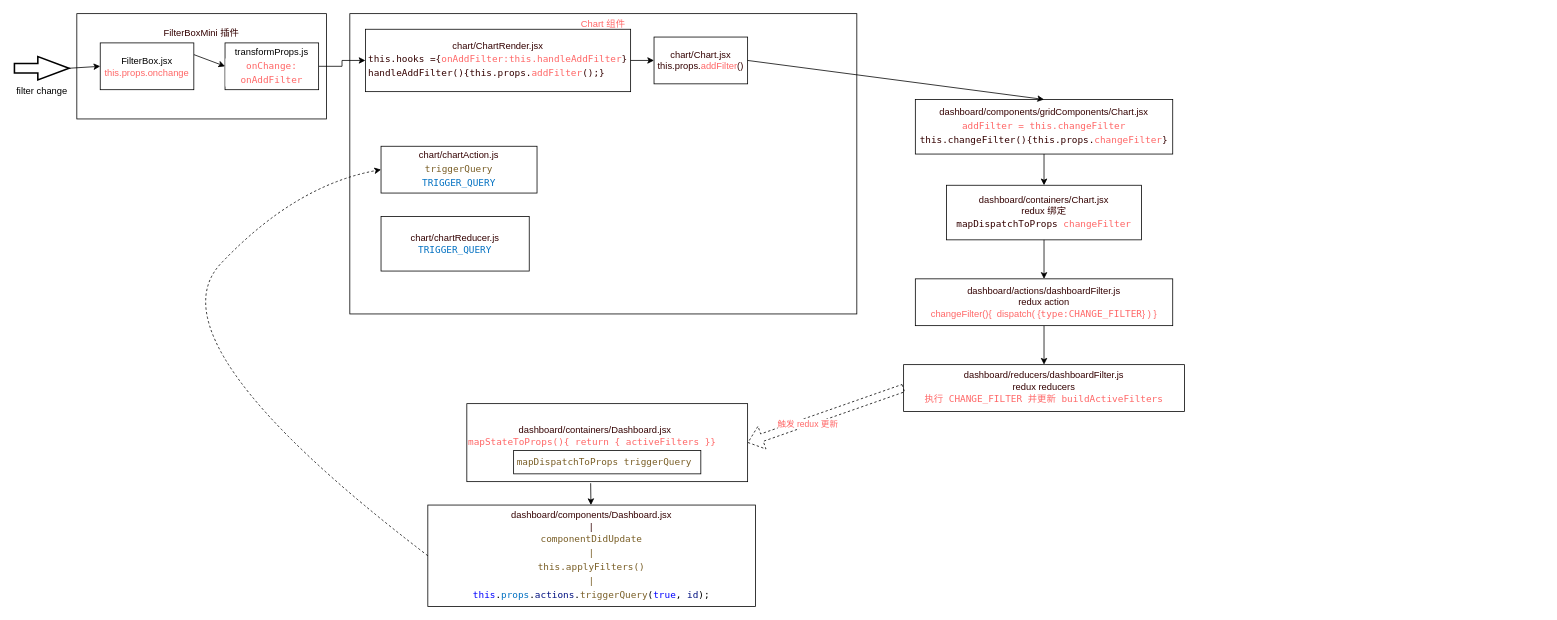
Before: Untitled Diagram.drawio in wbbhacker/drawFile, a draw.io diagram. Source tidied: cells renumbered, new cells numbered last; positions are measured from the earlier drawing's top-left corner, leaving out a move shared by most shapes. Both pictures are drawn from the tidied source at 78%, with x=0, y=0 at pixel (14, 13).
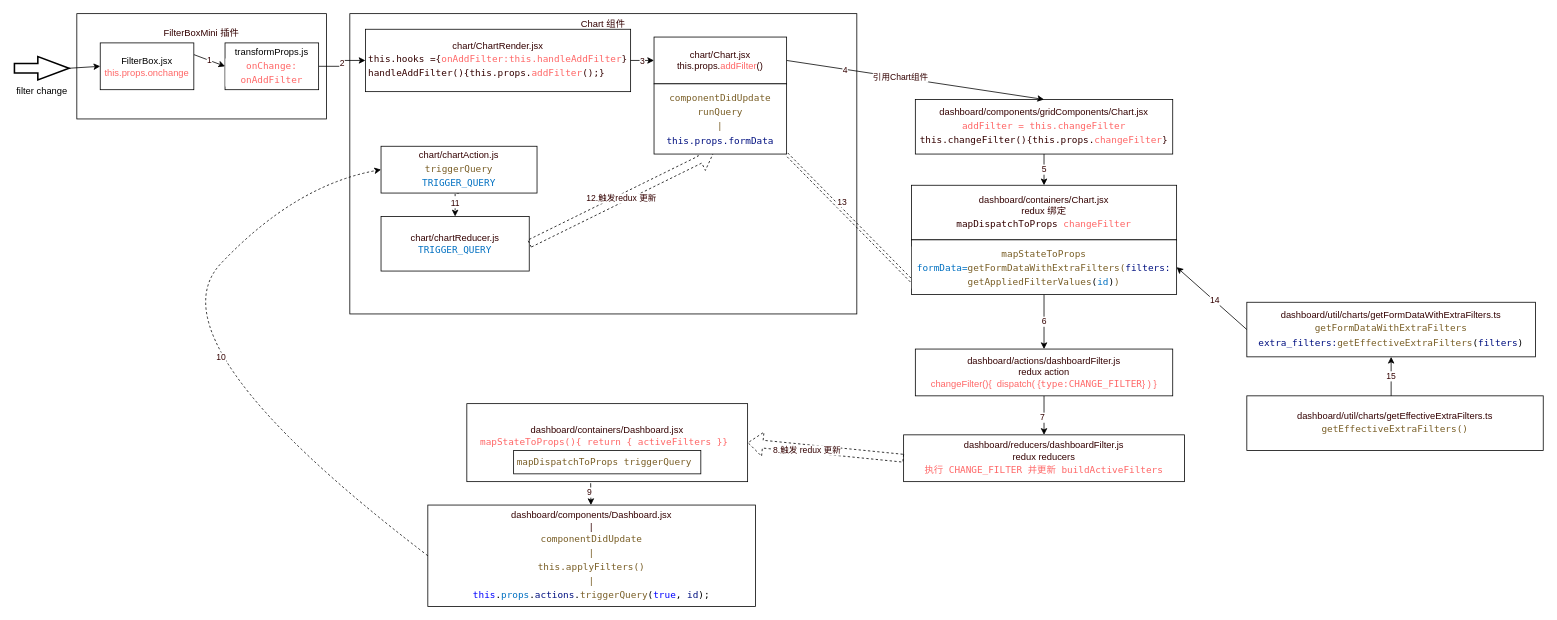
The same diagram, later.

Unchanged cells that the change refers to:
```xml
<mxCell id="7" value="&lt;font color=&quot;#330000&quot;&gt;chart/ChartRender.jsx&lt;/font&gt;&lt;br&gt;&lt;div style=&quot;background-color: rgb(255 , 255 , 255) ; font-family: &amp;#34;menlo&amp;#34; , &amp;#34;monaco&amp;#34; , &amp;#34;courier new&amp;#34; , monospace ; line-height: 18px&quot;&gt;&lt;div style=&quot;text-align: left&quot;&gt;&lt;font color=&quot;#330000&quot;&gt;this.hooks ={&lt;/font&gt;&lt;span style=&quot;text-align: center&quot;&gt;onAddFilter&lt;/span&gt;&lt;span style=&quot;text-align: center&quot;&gt;:&lt;/span&gt;&lt;span style=&quot;text-align: center&quot;&gt;this&lt;/span&gt;&lt;span style=&quot;text-align: center&quot;&gt;.&lt;/span&gt;&lt;span style=&quot;text-align: center&quot;&gt;handleAddFilter&lt;font color=&quot;#330000&quot;&gt;}&lt;/font&gt;&lt;/span&gt;&lt;/div&gt;&lt;div style=&quot;text-align: left&quot;&gt;&lt;div style=&quot;font-family: &amp;#34;menlo&amp;#34; , &amp;#34;monaco&amp;#34; , &amp;#34;courier new&amp;#34; , monospace ; line-height: 18px&quot;&gt;&lt;font color=&quot;#330000&quot;&gt;handleAddFilter(){this.props.&lt;/font&gt;addFilter&lt;font color=&quot;#330000&quot;&gt;();}&lt;/font&gt;&lt;/div&gt;&lt;/div&gt;&lt;/div&gt;" style="rounded=0;whiteSpace=wrap;html=1;fontColor=#FF6666;" parent="1" vertex="1">
  <mxGeometry x="450" y="20" width="340" height="80" as="geometry" />
</mxCell>
<mxCell id="9" style="endArrow=classic;html=1;rounded=0;fontColor=#330000;entryX=0;entryY=0.5;entryDx=0;entryDy=0;exitX=1;exitY=0.5;exitDx=0;exitDy=0;" parent="1" edge="1" source="7" target="8">
  <mxGeometry relative="1" as="geometry" />
</mxCell>
<mxCell id="10" value="dashboard/components/gridComponents/Chart.jsx&lt;br&gt;&lt;div style=&quot;background-color: rgb(255 , 255 , 255) ; font-family: &amp;#34;menlo&amp;#34; , &amp;#34;monaco&amp;#34; , &amp;#34;courier new&amp;#34; , monospace ; line-height: 18px&quot;&gt;&lt;font color=&quot;#ff6666&quot;&gt; addFilter =&amp;nbsp;this.changeFilter&lt;/font&gt;&lt;/div&gt;&lt;div style=&quot;background-color: rgb(255 , 255 , 255) ; font-family: &amp;#34;menlo&amp;#34; , &amp;#34;monaco&amp;#34; , &amp;#34;courier new&amp;#34; , monospace ; line-height: 18px&quot;&gt;this.changeFilter(){this.props.&lt;font color=&quot;#ff6666&quot;&gt;changeFilter&lt;/font&gt;}&lt;/div&gt;" style="rounded=0;whiteSpace=wrap;html=1;fontColor=#330000;align=center;" parent="1" vertex="1">
  <mxGeometry x="1155" y="110" width="330" height="70" as="geometry" />
</mxCell>
<mxCell id="11" style="endArrow=classic;html=1;rounded=0;fontColor=#330000;exitX=1;exitY=0.5;exitDx=0;exitDy=0;entryX=0.5;entryY=0;entryDx=0;entryDy=0;" parent="1" edge="1" source="8" target="10">
  <mxGeometry relative="1" as="geometry" />
</mxCell>
<mxCell id="14" style="edgeStyle=orthogonalEdgeStyle;rounded=0;jettySize=auto;html=1;exitX=0.5;exitY=1;exitDx=0;exitDy=0;fontColor=#FF6666;" parent="1" edge="1" source="15" target="17">
  <mxGeometry relative="1" as="geometry" />
</mxCell>
<mxCell id="20" value="transformProps.js&lt;br&gt;&lt;div style=&quot;background-color: rgb(255 , 255 , 255) ; font-family: &amp;#34;menlo&amp;#34; , &amp;#34;monaco&amp;#34; , &amp;#34;courier new&amp;#34; , monospace ; line-height: 18px&quot;&gt;&lt;font color=&quot;#ff6666&quot;&gt;onChange: onAddFilter&lt;/font&gt;&lt;/div&gt;" style="rounded=0;whiteSpace=wrap;html=1;" parent="1" vertex="1">
  <mxGeometry x="270" y="37.5" width="120" height="60" as="geometry" />
</mxCell>
<mxCell id="21" style="shape=flexArrow;endArrow=classic;html=1;rounded=0;fontColor=#FF6666;exitX=0;exitY=0.5;exitDx=0;exitDy=0;entryX=1;entryY=0.5;entryDx=0;entryDy=0;dashed=1;" parent="1" edge="1" source="17" target="26">
  <mxGeometry relative="1" as="geometry" />
</mxCell>
<mxCell id="24" style="endArrow=classic;html=1;rounded=0;fontColor=#330000;exitX=0.441;exitY=1.02;exitDx=0;exitDy=0;exitPerimeter=0;" parent="1" edge="1" source="26" target="23">
  <mxGeometry relative="1" as="geometry" />
</mxCell>
<mxCell id="25" style="group;" parent="1" vertex="1">
  <mxGeometry x="580" y="500" width="360" height="100" as="geometry" />
</mxCell>
<mxCell id="28" value="chart/chartAction.js&lt;br&gt;&lt;div style=&quot;color: rgb(0 , 0 , 0) ; background-color: rgb(255 , 255 , 255) ; font-family: &amp;#34;menlo&amp;#34; , &amp;#34;monaco&amp;#34; , &amp;#34;courier new&amp;#34; , monospace ; line-height: 18px&quot;&gt;&lt;span style=&quot;color: #795e26&quot;&gt;triggerQuery&lt;/span&gt;&lt;/div&gt;&lt;div style=&quot;color: rgb(0 , 0 , 0) ; background-color: rgb(255 , 255 , 255) ; font-family: &amp;#34;menlo&amp;#34; , &amp;#34;monaco&amp;#34; , &amp;#34;courier new&amp;#34; , monospace ; line-height: 18px&quot;&gt;&lt;div style=&quot;font-family: &amp;#34;menlo&amp;#34; , &amp;#34;monaco&amp;#34; , &amp;#34;courier new&amp;#34; , monospace ; line-height: 18px&quot;&gt;&lt;span style=&quot;color: #0070c1&quot;&gt;TRIGGER_QUERY&lt;/span&gt;&lt;/div&gt;&lt;/div&gt;" style="rounded=0;whiteSpace=wrap;html=1;fontColor=#330000;" parent="1" vertex="1">
  <mxGeometry x="470" y="170" width="200" height="60" as="geometry" />
</mxCell>
<mxCell id="29" value="chart/chartReducer.js&lt;br&gt;&lt;span style=&quot;color: rgb(0 , 112 , 193) ; font-family: &amp;#34;menlo&amp;#34; , &amp;#34;monaco&amp;#34; , &amp;#34;courier new&amp;#34; , monospace ; background-color: rgb(255 , 255 , 255)&quot;&gt;TRIGGER_QUERY&lt;/span&gt;" style="rounded=0;whiteSpace=wrap;html=1;fontColor=#330000;" parent="1" vertex="1">
  <mxGeometry x="470" y="260" width="190" height="70" as="geometry" />
</mxCell>
<mxCell id="30" style="curved=1;endArrow=classic;html=1;rounded=0;dashed=1;fontColor=#330000;exitX=0;exitY=0.5;exitDx=0;exitDy=0;entryX=0;entryY=0.5;entryDx=0;entryDy=0;" parent="1" edge="1" source="23" target="28">
  <mxGeometry relative="1" as="geometry">
    <Array as="points">
      <mxPoint x="170" y="420" />
      <mxPoint x="360" y="220" />
    </Array>
  </mxGeometry>
</mxCell>
```

The edit, as a diff of the source:
```diff
@@
-    <mxCell id="2" value="Chart 组件&lt;br&gt;&lt;br&gt;&lt;br&gt;&lt;br&gt;&lt;br&gt;&lt;br&gt;&lt;br&gt;&lt;br&gt;&lt;br&gt;&lt;br&gt;&lt;br&gt;&lt;br&gt;&lt;br&gt;&lt;br&gt;&lt;br&gt;&lt;br&gt;&lt;br&gt;&lt;br&gt;&lt;br&gt;&lt;br&gt;&lt;br&gt;&lt;br&gt;&lt;br&gt;&lt;br&gt;&lt;br&gt;&lt;br&gt;" style="rounded=0;whiteSpace=wrap;html=1;fontColor=#FF6666;" parent="1" vertex="1">
+    <mxCell id="2" value="&lt;font color=&quot;#330000&quot;&gt;Chart 组件&lt;br&gt;&lt;br&gt;&lt;br&gt;&lt;br&gt;&lt;br&gt;&lt;br&gt;&lt;br&gt;&lt;br&gt;&lt;br&gt;&lt;br&gt;&lt;br&gt;&lt;br&gt;&lt;br&gt;&lt;br&gt;&lt;br&gt;&lt;br&gt;&lt;br&gt;&lt;br&gt;&lt;br&gt;&lt;br&gt;&lt;br&gt;&lt;br&gt;&lt;br&gt;&lt;br&gt;&lt;br&gt;&lt;br&gt;&lt;/font&gt;" style="rounded=0;whiteSpace=wrap;html=1;fontColor=#FF6666;" parent="1" vertex="1">
       <mxGeometry x="430" width="650" height="385" as="geometry" />
     </mxCell>
@@
-    <mxCell id="4" style="edgeStyle=orthogonalEdgeStyle;rounded=0;jettySize=auto;html=1;exitX=1;exitY=0.5;exitDx=0;exitDy=0;fontColor=#330000;" parent="1" edge="1" source="20" target="7">
+    <mxCell id="4" value="2" style="edgeStyle=orthogonalEdgeStyle;rounded=0;jettySize=auto;html=1;exitX=1;exitY=0.5;exitDx=0;exitDy=0;fontColor=#330000;" parent="1" edge="1" source="20" target="7">
       <mxGeometry relative="1" as="geometry" />
     </mxCell>
@@
-    <mxCell id="8" value="chart/Chart.jsx&lt;br&gt;this.props.&lt;font color=&quot;#ff6666&quot;&gt;addFilter&lt;/font&gt;()" style="rounded=0;whiteSpace=wrap;html=1;fontColor=#330000;" parent="1" vertex="1">
-      <mxGeometry x="820" y="30" width="120" height="60" as="geometry" />
-    </mxCell>
@@
+    <mxCell id="31" value="3" style="edgeLabel;html=1;align=center;verticalAlign=middle;fontColor=#330000;" parent="9" vertex="1">
+      <mxGeometry x="-0.08" relative="1" as="geometry" />
+    </mxCell>
@@
-    <mxCell id="12" value="dashboard/containers/Chart.jsx&lt;br&gt;redux 绑定&lt;br&gt;&lt;div style=&quot;background-color: rgb(255 , 255 , 255) ; font-family: &amp;#34;menlo&amp;#34; , &amp;#34;monaco&amp;#34; , &amp;#34;courier new&amp;#34; , monospace ; line-height: 18px&quot;&gt;mapDispatchToProps&lt;span style=&quot;color: rgb(121 , 94 , 38)&quot;&gt;&amp;nbsp;&lt;/span&gt;&lt;span style=&quot;font-family: &amp;#34;menlo&amp;#34; , &amp;#34;monaco&amp;#34; , &amp;#34;courier new&amp;#34; , monospace&quot;&gt;&lt;font color=&quot;#ff6666&quot;&gt;changeFilter&lt;/font&gt;&lt;/span&gt;&lt;/div&gt;" style="rounded=0;whiteSpace=wrap;html=1;fontColor=#330000;" parent="1" vertex="1">
-      <mxGeometry x="1195" y="220" width="250" height="70" as="geometry" />
-    </mxCell>
+    <mxCell id="32" value="引用Chart组件" style="edgeLabel;html=1;align=center;verticalAlign=middle;fontColor=#330000;" parent="11" vertex="1">
+      <mxGeometry x="-0.12" y="1" relative="1" as="geometry" />
+    </mxCell>
+    <mxCell id="33" value="4" style="edgeLabel;html=1;align=center;verticalAlign=middle;fontColor=#330000;" parent="11" vertex="1">
+      <mxGeometry x="-0.55" y="-1" relative="1" as="geometry" />
+    </mxCell>
-    <mxCell id="13" style="endArrow=classic;html=1;rounded=0;fontColor=#330000;exitX=0.5;exitY=1;exitDx=0;exitDy=0;entryX=0.5;entryY=0;entryDx=0;entryDy=0;" parent="1" edge="1" source="10" target="12">
+    <mxCell id="13" value="5" style="endArrow=classic;html=1;rounded=0;fontColor=#330000;exitX=0.5;exitY=1;exitDx=0;exitDy=0;entryX=0.5;entryY=0;entryDx=0;entryDy=0;" parent="1" edge="1" source="10" target="12">
       <mxGeometry relative="1" as="geometry" />
     </mxCell>
@@
+    <mxCell id="34" value="7" style="edgeLabel;html=1;align=center;verticalAlign=middle;fontColor=#330000;" parent="14" vertex="1">
+      <mxGeometry x="0.08" y="-3" relative="1" as="geometry" />
+    </mxCell>
     <mxCell id="15" value="dashboard/actions/dashboardFilter.js&lt;br&gt;redux action&lt;br&gt;&lt;font color=&quot;#ff6666&quot;&gt;changeFilter(){&amp;nbsp; dispatch( {&lt;span style=&quot;font-family: &amp;#34;menlo&amp;#34; , &amp;#34;monaco&amp;#34; , &amp;#34;courier new&amp;#34; , monospace&quot;&gt;type&lt;/span&gt;&lt;span style=&quot;font-family: &amp;#34;menlo&amp;#34; , &amp;#34;monaco&amp;#34; , &amp;#34;courier new&amp;#34; , monospace&quot;&gt;:&lt;/span&gt;&lt;span style=&quot;font-family: &amp;#34;menlo&amp;#34; , &amp;#34;monaco&amp;#34; , &amp;#34;courier new&amp;#34; , monospace&quot;&gt;CHANGE_FILTER&lt;/span&gt;} ) }&lt;/font&gt;" style="rounded=0;whiteSpace=wrap;html=1;fontColor=#330000;" parent="1" vertex="1">
-      <mxGeometry x="1155" y="340" width="330" height="60" as="geometry" />
+      <mxGeometry x="1155" y="430" width="330" height="60" as="geometry" />
     </mxCell>
-    <mxCell id="16" style="endArrow=classic;html=1;rounded=0;fontColor=#330000;exitX=0.5;exitY=1;exitDx=0;exitDy=0;" parent="1" edge="1" source="12" target="15">
+    <mxCell id="16" value="6" style="endArrow=classic;html=1;rounded=0;fontColor=#330000;exitX=0.5;exitY=1;exitDx=0;exitDy=0;entryX=0.5;entryY=0;entryDx=0;entryDy=0;" parent="1" edge="1" source="42" target="15">
       <mxGeometry relative="1" as="geometry" />
     </mxCell>
     <mxCell id="17" value="dashboard/reducers/dashboardFilter.js&lt;br&gt;redux reducers&lt;br&gt;&lt;div style=&quot;background-color: rgb(255 , 255 , 255) ; font-family: &amp;#34;menlo&amp;#34; , &amp;#34;monaco&amp;#34; , &amp;#34;courier new&amp;#34; , monospace ; line-height: 18px&quot;&gt;&lt;font color=&quot;#ff6666&quot;&gt;执行 CHANGE_FILTER 并更新&amp;nbsp;buildActiveFilters&lt;/font&gt;&lt;/div&gt;" style="rounded=0;whiteSpace=wrap;html=1;fontColor=#330000;" parent="1" vertex="1">
-      <mxGeometry x="1140" y="450" width="360" height="60" as="geometry" />
+      <mxGeometry x="1140" y="540" width="360" height="60" as="geometry" />
     </mxCell>
-    <mxCell id="18" style="endArrow=classic;html=1;rounded=0;fontColor=#FF6666;entryX=0;entryY=0.5;entryDx=0;entryDy=0;" parent="1" edge="1" target="20">
+    <mxCell id="18" value="&lt;font color=&quot;#330000&quot;&gt;1&lt;/font&gt;" style="endArrow=classic;html=1;rounded=0;fontColor=#FF6666;entryX=0;entryY=0.5;entryDx=0;entryDy=0;" parent="1" edge="1" target="20">
       <mxGeometry relative="1" as="geometry">
         <mxPoint x="230" y="52.5" as="sourcePoint" />
       </mxGeometry>
     </mxCell>
@@
-    <mxCell id="22" value="触发 redux 更新" style="edgeLabel;html=1;align=center;verticalAlign=middle;fontColor=#FF6666;" parent="21" vertex="1">
+    <mxCell id="22" value="8.触发 redux 更新" style="edgeLabel;html=1;align=center;verticalAlign=middle;fontColor=#330000;" parent="21" vertex="1">
       <mxGeometry x="0.24" y="1" relative="1" as="geometry">
         <mxPoint y="1" as="offset" />
       </mxGeometry>
     </mxCell>
@@
+    <mxCell id="35" value="9" style="edgeLabel;html=1;align=center;verticalAlign=middle;fontColor=#330000;" parent="24" vertex="1">
+      <mxGeometry x="-0.18" y="-2" relative="1" as="geometry" />
+    </mxCell>
@@
-    <mxCell id="26" value="&lt;div style=&quot;text-align: center&quot;&gt;&lt;span style=&quot;color: rgb(51 , 0 , 0)&quot;&gt;dashboard/containers/Dashboard.jsx&lt;/span&gt;&lt;/div&gt;&lt;span style=&quot;background-color: rgb(255 , 255 , 255) ; font-family: &amp;#34;menlo&amp;#34; , &amp;#34;monaco&amp;#34; , &amp;#34;courier new&amp;#34; , monospace&quot;&gt;&lt;div style=&quot;text-align: center&quot;&gt;mapStateToProps(){ return {&amp;nbsp;activeFilters }}&amp;nbsp;&lt;/div&gt;&lt;div style=&quot;text-align: center&quot;&gt;&lt;div style=&quot;color: rgb(0 , 0 , 0) ; font-family: &amp;#34;menlo&amp;#34; , &amp;#34;monaco&amp;#34; , &amp;#34;courier new&amp;#34; , monospace ; line-height: 18px&quot;&gt;&lt;br&gt;&lt;/div&gt;&lt;/div&gt;&lt;/span&gt;" style="rounded=0;whiteSpace=wrap;html=1;fontColor=#FF6666;align=left;" parent="25" vertex="1">
+    <mxCell id="26" value="&lt;div&gt;&lt;span style=&quot;color: rgb(51 , 0 , 0)&quot;&gt;dashboard/containers/Dashboard.jsx&lt;/span&gt;&lt;/div&gt;&lt;span style=&quot;background-color: rgb(255 , 255 , 255) ; font-family: &amp;#34;menlo&amp;#34; , &amp;#34;monaco&amp;#34; , &amp;#34;courier new&amp;#34; , monospace&quot;&gt;&lt;div&gt;mapStateToProps(){ return {&amp;nbsp;activeFilters }}&amp;nbsp;&lt;/div&gt;&lt;div&gt;&lt;div style=&quot;color: rgb(0 , 0 , 0) ; font-family: &amp;#34;menlo&amp;#34; , &amp;#34;monaco&amp;#34; , &amp;#34;courier new&amp;#34; , monospace ; line-height: 18px&quot;&gt;&lt;br&gt;&lt;/div&gt;&lt;/div&gt;&lt;/span&gt;" style="rounded=0;whiteSpace=wrap;html=1;fontColor=#FF6666;align=center;" parent="25" vertex="1">
       <mxGeometry width="360" height="100" as="geometry" />
     </mxCell>
@@
+    <mxCell id="36" value="11" style="edgeStyle=orthogonalEdgeStyle;rounded=0;jettySize=auto;html=1;exitX=0.5;exitY=1;exitDx=0;exitDy=0;entryX=0.5;entryY=0;entryDx=0;entryDy=0;dashed=1;fontColor=#330000;" parent="1" edge="1" source="28" target="29">
+      <mxGeometry relative="1" as="geometry" />
+    </mxCell>
@@
+    <mxCell id="37" value="10" style="edgeLabel;html=1;align=center;verticalAlign=middle;fontColor=#330000;" parent="30" vertex="1">
+      <mxGeometry x="-0.13" y="-41" relative="1" as="geometry" />
+    </mxCell>
+    <mxCell id="38" value="12.触发redux 更新" style="shape=flexArrow;endArrow=classic;html=1;rounded=0;dashed=1;fontColor=#330000;entryX=0.45;entryY=0.983;entryDx=0;entryDy=0;exitX=1;exitY=0.5;exitDx=0;exitDy=0;entryPerimeter=0;" parent="1" edge="1" source="29" target="40">
+      <mxGeometry relative="1" as="geometry" />
+    </mxCell>
+    <mxCell id="39" style="group;" parent="1" vertex="1">
+      <mxGeometry x="820" y="30" width="170" height="150" as="geometry" />
+    </mxCell>
+    <mxCell id="8" value="chart/Chart.jsx&lt;br&gt;this.props.&lt;font color=&quot;#ff6666&quot;&gt;addFilter&lt;/font&gt;()" style="rounded=0;whiteSpace=wrap;html=1;fontColor=#330000;" parent="39" vertex="1">
+      <mxGeometry width="170" height="60" as="geometry" />
+    </mxCell>
+    <mxCell id="40" value="&lt;div style=&quot;color: rgb(0 , 0 , 0) ; background-color: rgb(255 , 255 , 255) ; font-family: &amp;#34;menlo&amp;#34; , &amp;#34;monaco&amp;#34; , &amp;#34;courier new&amp;#34; , monospace ; line-height: 18px&quot;&gt;&lt;span style=&quot;color: #795e26&quot;&gt;componentDidUpdate&lt;/span&gt;&lt;/div&gt;&lt;div style=&quot;color: rgb(0 , 0 , 0) ; background-color: rgb(255 , 255 , 255) ; font-family: &amp;#34;menlo&amp;#34; , &amp;#34;monaco&amp;#34; , &amp;#34;courier new&amp;#34; , monospace ; line-height: 18px&quot;&gt;&lt;div style=&quot;font-family: &amp;#34;menlo&amp;#34; , &amp;#34;monaco&amp;#34; , &amp;#34;courier new&amp;#34; , monospace ; line-height: 18px&quot;&gt;&lt;span style=&quot;color: #795e26&quot;&gt;runQuery&lt;/span&gt;&lt;/div&gt;&lt;div style=&quot;font-family: &amp;#34;menlo&amp;#34; , &amp;#34;monaco&amp;#34; , &amp;#34;courier new&amp;#34; , monospace ; line-height: 18px&quot;&gt;&lt;span style=&quot;color: #795e26&quot;&gt;|&lt;/span&gt;&lt;/div&gt;&lt;div style=&quot;font-family: &amp;#34;menlo&amp;#34; , &amp;#34;monaco&amp;#34; , &amp;#34;courier new&amp;#34; , monospace ; line-height: 18px&quot;&gt;&lt;div style=&quot;font-family: &amp;#34;menlo&amp;#34; , &amp;#34;monaco&amp;#34; , &amp;#34;courier new&amp;#34; , monospace ; line-height: 18px&quot;&gt;&lt;span style=&quot;color: #001080&quot;&gt;this.props.formData&lt;/span&gt;&lt;/div&gt;&lt;/div&gt;&lt;/div&gt;" style="rounded=0;whiteSpace=wrap;html=1;fontColor=#330000;" parent="39" vertex="1">
+      <mxGeometry y="60" width="170" height="90" as="geometry" />
+    </mxCell>
+    <mxCell id="41" style="group;" parent="1" vertex="1">
+      <mxGeometry x="1150" y="220" width="340" height="140" as="geometry" />
+    </mxCell>
+    <mxCell id="12" value="dashboard/containers/Chart.jsx&lt;br&gt;redux 绑定&lt;br&gt;&lt;div style=&quot;background-color: rgb(255 , 255 , 255) ; font-family: &amp;#34;menlo&amp;#34; , &amp;#34;monaco&amp;#34; , &amp;#34;courier new&amp;#34; , monospace ; line-height: 18px&quot;&gt;mapDispatchToProps&lt;span style=&quot;color: rgb(121 , 94 , 38)&quot;&gt;&amp;nbsp;&lt;/span&gt;&lt;span style=&quot;font-family: &amp;#34;menlo&amp;#34; , &amp;#34;monaco&amp;#34; , &amp;#34;courier new&amp;#34; , monospace&quot;&gt;&lt;font color=&quot;#ff6666&quot;&gt;changeFilter&lt;/font&gt;&lt;/span&gt;&lt;/div&gt;" style="rounded=0;whiteSpace=wrap;html=1;fontColor=#330000;" parent="41" vertex="1">
+      <mxGeometry width="340" height="70" as="geometry" />
+    </mxCell>
+    <mxCell id="42" value="&lt;div style=&quot;color: rgb(0 , 0 , 0) ; background-color: rgb(255 , 255 , 255) ; font-family: &amp;#34;menlo&amp;#34; , &amp;#34;monaco&amp;#34; , &amp;#34;courier new&amp;#34; , monospace ; line-height: 18px&quot;&gt;&lt;div style=&quot;font-family: &amp;#34;menlo&amp;#34; , &amp;#34;monaco&amp;#34; , &amp;#34;courier new&amp;#34; , monospace ; line-height: 18px&quot;&gt;&lt;span style=&quot;color: #795e26&quot;&gt;mapStateToProps&lt;/span&gt;&lt;/div&gt;&lt;/div&gt;&lt;div style=&quot;color: rgb(0 , 0 , 0) ; background-color: rgb(255 , 255 , 255) ; font-family: &amp;#34;menlo&amp;#34; , &amp;#34;monaco&amp;#34; , &amp;#34;courier new&amp;#34; , monospace ; line-height: 18px&quot;&gt;&lt;span style=&quot;color: rgb(0 , 112 , 193) ; font-family: &amp;#34;menlo&amp;#34; , &amp;#34;monaco&amp;#34; , &amp;#34;courier new&amp;#34; , monospace&quot;&gt;formData=&lt;/span&gt;&lt;span style=&quot;color: #795e26&quot;&gt;getFormDataWithExtraFilters(&lt;/span&gt;&lt;span style=&quot;font-family: &amp;#34;menlo&amp;#34; , &amp;#34;monaco&amp;#34; , &amp;#34;courier new&amp;#34; , monospace ; color: rgb(0 , 16 , 128)&quot;&gt;filters&lt;/span&gt;&lt;span style=&quot;font-family: &amp;#34;menlo&amp;#34; , &amp;#34;monaco&amp;#34; , &amp;#34;courier new&amp;#34; , monospace ; color: rgb(0 , 16 , 128)&quot;&gt;:&lt;/span&gt;&lt;span style=&quot;font-family: &amp;#34;menlo&amp;#34; , &amp;#34;monaco&amp;#34; , &amp;#34;courier new&amp;#34; , monospace&quot;&gt; &lt;/span&gt;&lt;span style=&quot;font-family: &amp;#34;menlo&amp;#34; , &amp;#34;monaco&amp;#34; , &amp;#34;courier new&amp;#34; , monospace ; color: rgb(121 , 94 , 38)&quot;&gt;getAppliedFilterValues&lt;/span&gt;&lt;span style=&quot;font-family: &amp;#34;menlo&amp;#34; , &amp;#34;monaco&amp;#34; , &amp;#34;courier new&amp;#34; , monospace&quot;&gt;(&lt;/span&gt;&lt;span style=&quot;font-family: &amp;#34;menlo&amp;#34; , &amp;#34;monaco&amp;#34; , &amp;#34;courier new&amp;#34; , monospace ; color: rgb(0 , 112 , 193)&quot;&gt;id&lt;/span&gt;&lt;span style=&quot;font-family: &amp;#34;menlo&amp;#34; , &amp;#34;monaco&amp;#34; , &amp;#34;courier new&amp;#34; , monospace&quot;&gt;)&lt;/span&gt;&lt;span style=&quot;color: rgb(121 , 94 , 38)&quot;&gt;)&lt;/span&gt;&lt;/div&gt;" style="rounded=0;whiteSpace=wrap;html=1;fontColor=#330000;" parent="41" vertex="1">
+      <mxGeometry y="70" width="340" height="70" as="geometry" />
+    </mxCell>
+    <mxCell id="43" style="shape=link;endArrow=classic;startArrow=classic;html=1;rounded=0;fontColor=#330000;exitX=1;exitY=1;exitDx=0;exitDy=0;entryX=0;entryY=0.75;entryDx=0;entryDy=0;dashed=1;" parent="1" edge="1" source="40" target="42">
+      <mxGeometry relative="1" as="geometry" />
+    </mxCell>
+    <mxCell id="44" value="13" style="edgeLabel;html=1;align=center;verticalAlign=middle;fontColor=#330000;" parent="43" vertex="1">
+      <mxGeometry x="-0.18" y="6" relative="1" as="geometry">
+        <mxPoint y="-1" as="offset" />
+      </mxGeometry>
+    </mxCell>
+    <mxCell id="45" value="dashboard/util/charts/getFormDataWithExtraFilters.ts&lt;br&gt;&lt;div style=&quot;color: rgb(0 , 0 , 0) ; background-color: rgb(255 , 255 , 255) ; font-family: &amp;#34;menlo&amp;#34; , &amp;#34;monaco&amp;#34; , &amp;#34;courier new&amp;#34; , monospace ; line-height: 18px&quot;&gt;&lt;span style=&quot;color: #795e26&quot;&gt;getFormDataWithExtraFilters&lt;/span&gt;&lt;/div&gt;&lt;div style=&quot;color: rgb(0 , 0 , 0) ; background-color: rgb(255 , 255 , 255) ; font-family: &amp;#34;menlo&amp;#34; , &amp;#34;monaco&amp;#34; , &amp;#34;courier new&amp;#34; , monospace ; line-height: 18px&quot;&gt;&lt;div style=&quot;line-height: 18px&quot;&gt;&lt;span style=&quot;color: #001080&quot;&gt;extra_filters&lt;/span&gt;&lt;span style=&quot;color: #001080&quot;&gt;:&lt;/span&gt;&lt;span style=&quot;color: #795e26&quot;&gt;getEffectiveExtraFilters&lt;/span&gt;(&lt;span style=&quot;color: #001080&quot;&gt;filters&lt;/span&gt;)&lt;/div&gt;&lt;/div&gt;" style="rounded=0;whiteSpace=wrap;html=1;fontColor=#330000;" parent="1" vertex="1">
+      <mxGeometry x="1580" y="370" width="370" height="70" as="geometry" />
+    </mxCell>
+    <mxCell id="46" value="&lt;span&gt;dashboard/util/charts/getEffectiveExtraFilters.ts&lt;br&gt;&lt;/span&gt;&lt;div style=&quot;color: rgb(0 , 0 , 0) ; background-color: rgb(255 , 255 , 255) ; font-family: &amp;#34;menlo&amp;#34; , &amp;#34;monaco&amp;#34; , &amp;#34;courier new&amp;#34; , monospace ; line-height: 18px&quot;&gt;&lt;span style=&quot;color: #795e26&quot;&gt;getEffectiveExtraFilters()&lt;/span&gt;&lt;/div&gt;" style="rounded=0;whiteSpace=wrap;html=1;fontColor=#330000;" parent="1" vertex="1">
+      <mxGeometry x="1580" y="490" width="380" height="70" as="geometry" />
+    </mxCell>
+    <mxCell id="47" style="endArrow=none;html=1;rounded=0;fontColor=#330000;entryX=0;entryY=0.5;entryDx=0;entryDy=0;exitX=1;exitY=0.5;exitDx=0;exitDy=0;startArrow=classic;startFill=1;endFill=0;" parent="1" edge="1" source="42" target="45">
+      <mxGeometry relative="1" as="geometry" />
+    </mxCell>
+    <mxCell id="48" value="14" style="edgeLabel;html=1;align=center;verticalAlign=middle;fontColor=#330000;" parent="47" vertex="1">
+      <mxGeometry x="0.06" y="1" relative="1" as="geometry">
+        <mxPoint y="1" as="offset" />
+      </mxGeometry>
+    </mxCell>
+    <mxCell id="49" value="15" style="endArrow=none;html=1;rounded=0;fontColor=#330000;exitX=0.5;exitY=1;exitDx=0;exitDy=0;startArrow=classic;startFill=1;endFill=0;" parent="1" edge="1" source="45">
+      <mxGeometry relative="1" as="geometry">
+        <mxPoint x="1765" y="490" as="targetPoint" />
+      </mxGeometry>
+    </mxCell>
```
